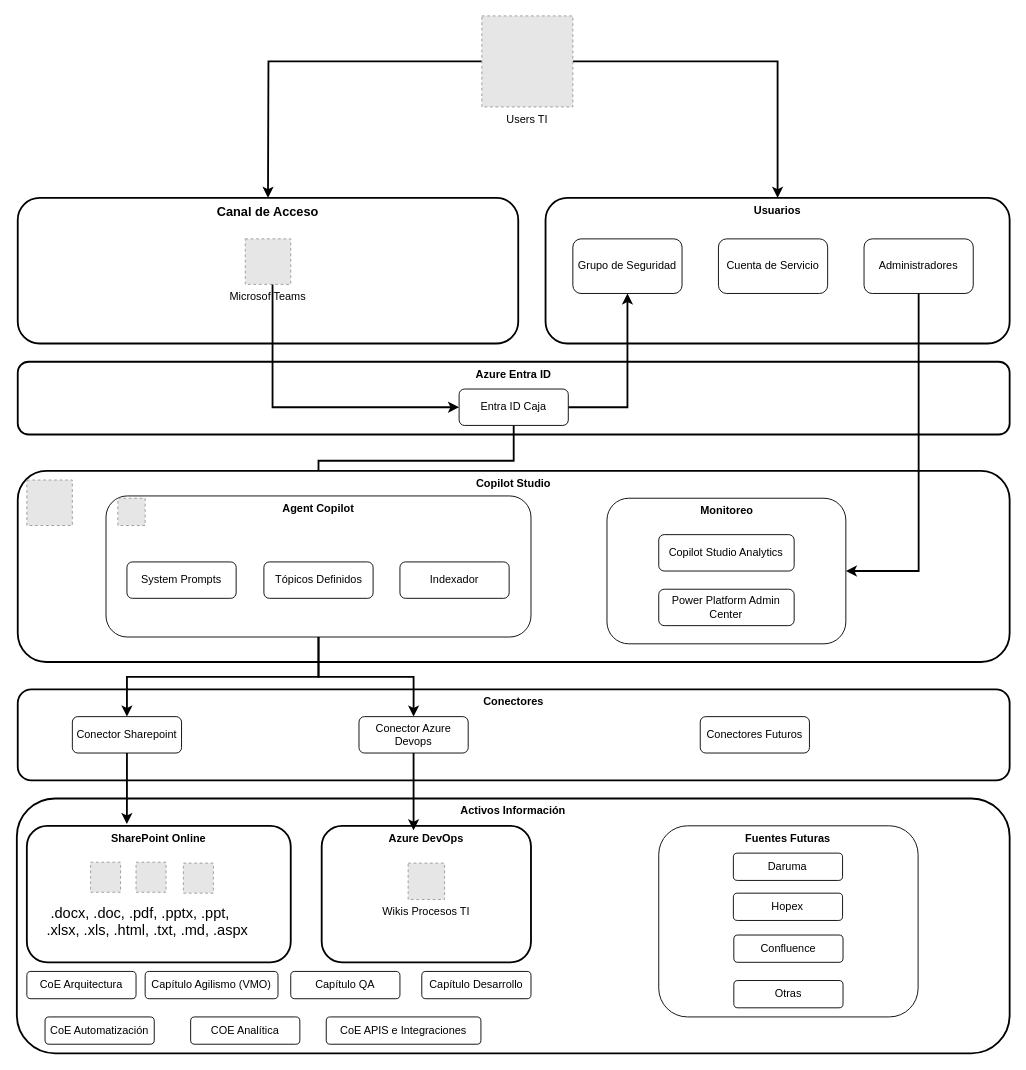
carlosvalderrama1204/diagrams keeps this draw.io diagram as page "Page-6" (5 of 8) of Proyecto Gestión Conocimiento.drawio. Above is the earlier version. Source tidied: cells renumbered, new cells numbered last; positions are measured from the earlier drawing's top-left corner, leaving out a move shared by most shapes. Both pictures are drawn from the tidied source at 91%, with x=0, y=0 at pixel (16, 15). Pictures stored in the file or linked from it are replaced by grey dashed boxes.
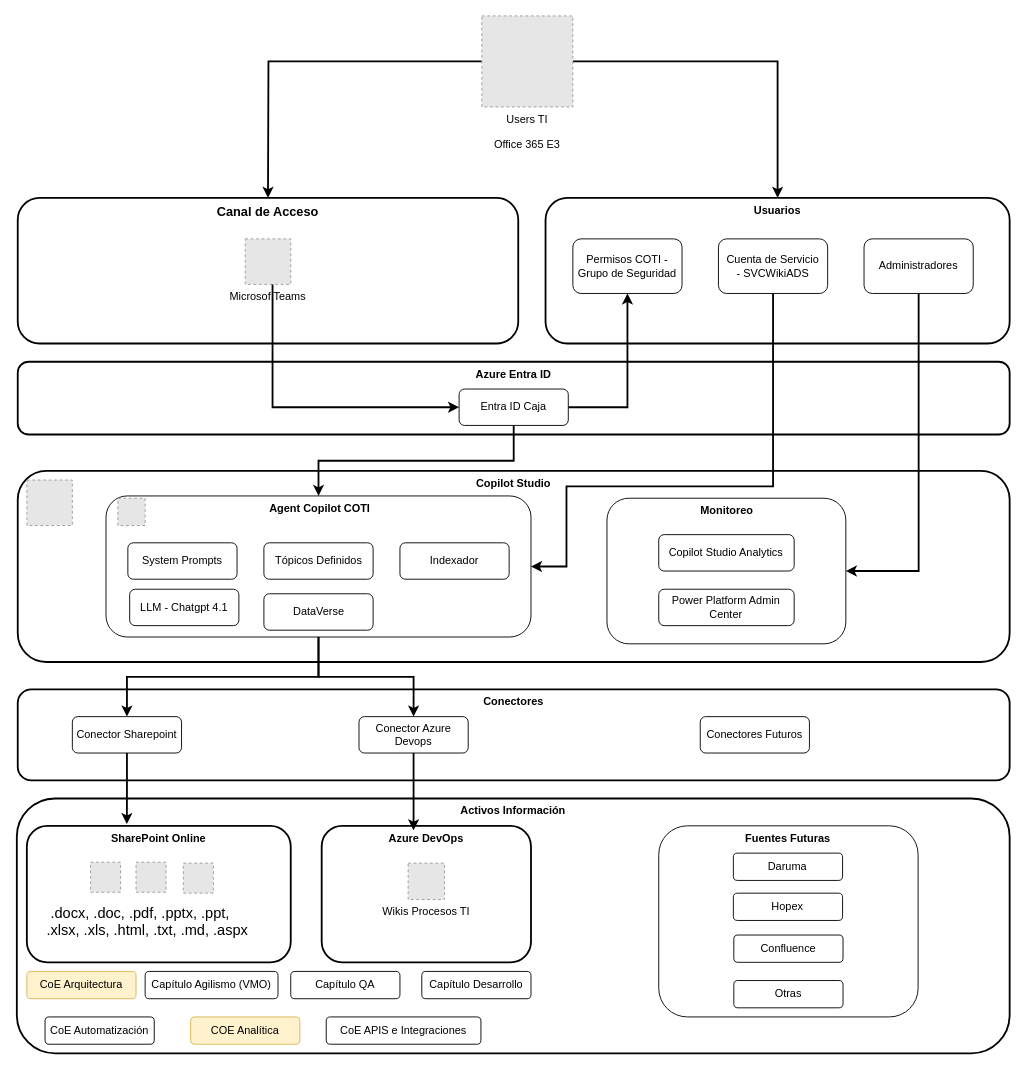
The same page after the edit.

The change refers to these unchanged cells:
```xml
<mxCell id="11" value="Entra ID Caja" style="rounded=1;whiteSpace=wrap;html=1;" parent="1" vertex="1">
  <mxGeometry x="486" y="410" width="120" height="40" as="geometry" />
</mxCell>
```

Change to the diagram source:
```diff
@@
-    <mxCell id="6" value="Grupo de Seguridad" style="rounded=1;whiteSpace=wrap;html=1;" parent="1" vertex="1">
+    <mxCell id="6" value="Permisos COTI - Grupo de Seguridad" style="rounded=1;whiteSpace=wrap;html=1;" parent="1" vertex="1">
       <mxGeometry x="611" y="245" width="120" height="60" as="geometry" />
     </mxCell>
@@
-    <mxCell id="10" style="edgeStyle=orthogonalEdgeStyle;rounded=0;jettySize=auto;html=1;entryX=0.5;entryY=0;entryDx=0;entryDy=0;strokeWidth=2;" parent="1" edge="1" source="11" target="13">
-      <mxGeometry relative="1" as="geometry" />
-    </mxCell>
@@
-    <mxCell id="13" value="&amp;nbsp;Agent Copilot&amp;nbsp;" style="rounded=1;whiteSpace=wrap;html=1;fontStyle=1;verticalAlign=top;" parent="1" vertex="1">
+    <mxCell id="13" value="&amp;nbsp;Agent Copilot COTI" style="rounded=1;whiteSpace=wrap;html=1;fontStyle=1;verticalAlign=top;" parent="1" vertex="1">
       <mxGeometry x="98" y="527.5" width="467" height="155" as="geometry" />
     </mxCell>
     <mxCell id="14" value="Tópicos Definidos" style="rounded=1;whiteSpace=wrap;html=1;" parent="1" vertex="1">
-      <mxGeometry x="271.5" y="600" width="120" height="40" as="geometry" />
+      <mxGeometry x="271.5" y="579" width="120" height="40" as="geometry" />
     </mxCell>
     <mxCell id="15" value="System Prompts" style="rounded=1;whiteSpace=wrap;html=1;" parent="1" vertex="1">
-      <mxGeometry x="121" y="600" width="120" height="40" as="geometry" />
+      <mxGeometry x="122" y="579" width="120" height="40" as="geometry" />
     </mxCell>
@@
-    <mxCell id="26" value="CoE Arquitectura" style="rounded=1;whiteSpace=wrap;html=1;" parent="1" vertex="1">
+    <mxCell id="26" value="CoE Arquitectura" style="rounded=1;whiteSpace=wrap;html=1;fillColor=#fff2cc;strokeColor=#d6b656;" parent="1" vertex="1">
       <mxGeometry x="11" y="1050" width="120" height="30" as="geometry" />
     </mxCell>
@@
-    <mxCell id="29" value="COE Analítica" style="rounded=1;whiteSpace=wrap;html=1;" parent="1" vertex="1">
+    <mxCell id="29" value="COE Analítica" style="rounded=1;whiteSpace=wrap;html=1;fillColor=#fff2cc;strokeColor=#d6b656;" parent="1" vertex="1">
       <mxGeometry x="191" y="1100" width="120" height="30" as="geometry" />
     </mxCell>
@@
+    <mxCell id="56" style="edgeStyle=orthogonalEdgeStyle;rounded=0;jettySize=auto;html=1;entryX=1;entryY=0.5;entryDx=0;entryDy=0;strokeWidth=2;" parent="1" edge="1" source="39" target="13">
+      <mxGeometry relative="1" as="geometry">
+        <Array as="points">
+          <mxPoint x="831" y="517" />
+          <mxPoint x="604" y="517" />
+          <mxPoint x="604" y="605" />
+        </Array>
+      </mxGeometry>
+    </mxCell>
-    <mxCell id="39" value="Cuenta de Servicio" style="rounded=1;whiteSpace=wrap;html=1;" parent="1" vertex="1">
+    <mxCell id="39" value="Cuenta de Servicio&lt;br&gt;- SVCWikiADS" style="rounded=1;whiteSpace=wrap;html=1;" parent="1" vertex="1">
       <mxGeometry x="771" y="245" width="120" height="60" as="geometry" />
     </mxCell>
@@
-    <mxCell id="48" value="Users TI" style="fillColor=#E6E6E6;strokeColor=#999999;dashed=1;verticalLabelPosition=bottom;labelBackgroundColor=default;verticalAlign=top;" parent="1" vertex="1">
+    <mxCell id="48" value="Users TI&#10;&#10;Office 365 E3" style="fillColor=#E6E6E6;strokeColor=#999999;dashed=1;verticalLabelPosition=bottom;labelBackgroundColor=default;verticalAlign=top;" parent="1" vertex="1">
       <mxGeometry x="511" width="100" height="100" as="geometry" />
     </mxCell>
     <mxCell id="49" value="Indexador" style="rounded=1;whiteSpace=wrap;html=1;" parent="1" vertex="1">
-      <mxGeometry x="421" y="600" width="120" height="40" as="geometry" />
+      <mxGeometry x="421" y="579" width="120" height="40" as="geometry" />
     </mxCell>
@@
+    <mxCell id="10" style="edgeStyle=orthogonalEdgeStyle;rounded=0;jettySize=auto;html=1;entryX=0.5;entryY=0;entryDx=0;entryDy=0;strokeWidth=2;" parent="1" edge="1" source="11" target="13">
+      <mxGeometry relative="1" as="geometry" />
+    </mxCell>
+    <mxCell id="57" value="DataVerse" style="rounded=1;whiteSpace=wrap;html=1;" parent="1" vertex="1">
+      <mxGeometry x="271.5" y="635" width="120" height="40" as="geometry" />
+    </mxCell>
+    <mxCell id="58" value="LLM - Chatgpt 4.1" style="rounded=1;whiteSpace=wrap;html=1;" parent="1" vertex="1">
+      <mxGeometry x="124" y="630" width="120" height="40" as="geometry" />
+    </mxCell>
```
